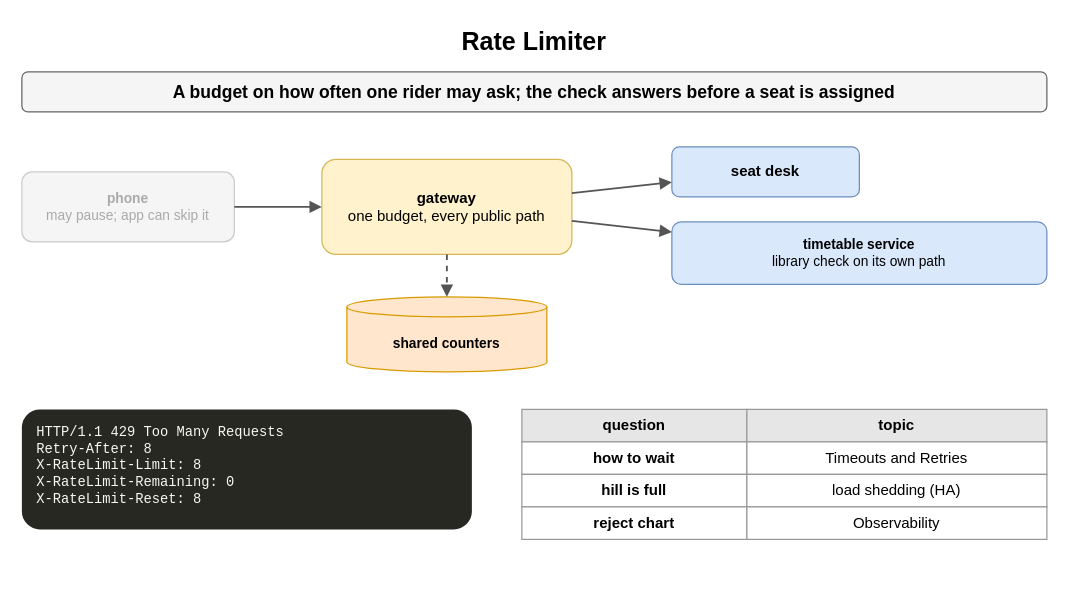
The draw.io diagram page "Rate Limiter" (1 of 8) of content/09_System_Design_Interview/17_Rate_Limiting_and_Throttling/diagrams/rate-limiting.drawio in amendez13/swe-study-guide, before the edit. Source tidied: cells renumbered, new cells numbered last; positions are measured from the earlier drawing's top-left corner, leaving out a move shared by most shapes. Both pictures are drawn from the tidied source at 125%, with x=0, y=0 at pixel (21, 21).
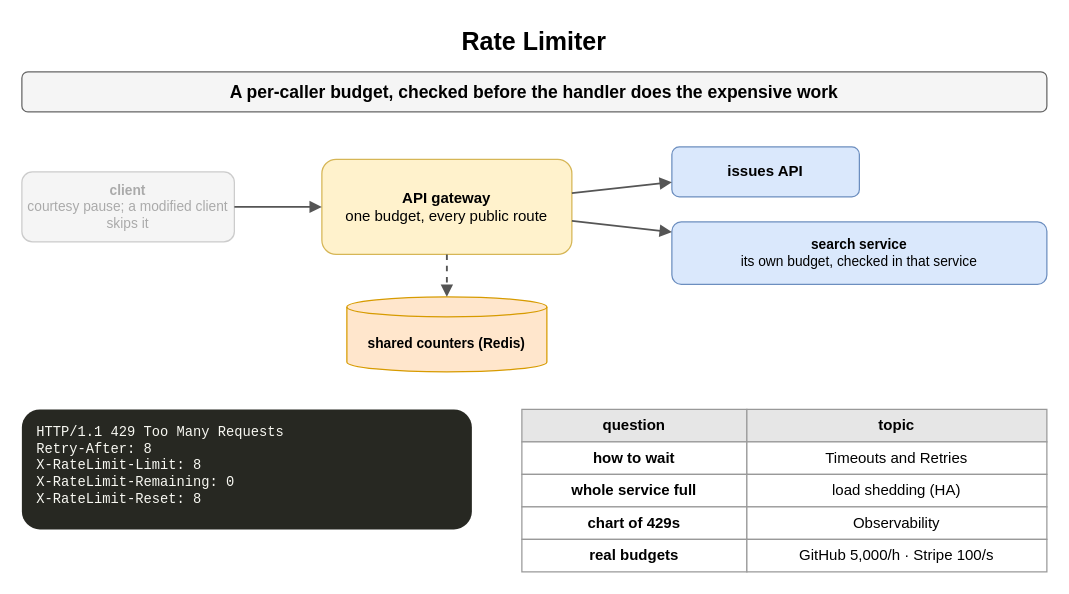
The same page after the edit.

Change to the diagram source:
```diff
@@
-    <mxCell id="3" value="A budget on how often one rider may ask; the check answers before a seat is assigned" style="rounded=1;whiteSpace=wrap;html=1;fillColor=#f5f5f5;strokeColor=#666666;fontStyle=1;fontSize=14;" parent="1" vertex="1">
+    <mxCell id="3" value="A per-caller budget, checked before the handler does the expensive work" style="rounded=1;whiteSpace=wrap;html=1;fillColor=#f5f5f5;strokeColor=#666666;fontStyle=1;fontSize=14;" parent="1" vertex="1">
       <mxGeometry y="40" width="820" height="32" as="geometry" />
     </mxCell>
-    <mxCell id="4" value="phone&lt;br&gt;&lt;span style='font-weight:normal'&gt;may pause; app can skip it&lt;/span&gt;" style="rounded=1;whiteSpace=wrap;html=1;fillColor=#f5f5f5;strokeColor=#cccccc;fontSize=11;align=center;fontStyle=1;fontColor=#aaaaaa;" parent="1" vertex="1">
+    <mxCell id="4" value="client&lt;br&gt;&lt;span style='font-weight:normal'&gt;courtesy pause; a modified client skips it&lt;/span&gt;" style="rounded=1;whiteSpace=wrap;html=1;fillColor=#f5f5f5;strokeColor=#cccccc;fontSize=11;align=center;fontStyle=1;fontColor=#aaaaaa;" parent="1" vertex="1">
       <mxGeometry y="120" width="170" height="56" as="geometry" />
     </mxCell>
-    <mxCell id="5" value="gateway&lt;br&gt;&lt;span style='font-weight:normal'&gt;one budget, every public path&lt;/span&gt;" style="rounded=1;whiteSpace=wrap;html=1;fillColor=#fff2cc;strokeColor=#d6b656;fontSize=12;align=center;fontStyle=1;" parent="1" vertex="1">
+    <mxCell id="5" value="API gateway&lt;br&gt;&lt;span style='font-weight:normal'&gt;one budget, every public route&lt;/span&gt;" style="rounded=1;whiteSpace=wrap;html=1;fillColor=#fff2cc;strokeColor=#d6b656;fontSize=12;align=center;fontStyle=1;" parent="1" vertex="1">
       <mxGeometry x="240" y="110" width="200" height="76" as="geometry" />
     </mxCell>
-    <mxCell id="6" value="shared counters" style="shape=cylinder3;whiteSpace=wrap;html=1;boundedLbl=1;backgroundOutline=1;size=8;fillColor=#ffe6cc;strokeColor=#d79b00;fontStyle=1;fontSize=11;" parent="1" vertex="1">
+    <mxCell id="6" value="shared counters (Redis)" style="shape=cylinder3;whiteSpace=wrap;html=1;boundedLbl=1;backgroundOutline=1;size=8;fillColor=#ffe6cc;strokeColor=#d79b00;fontStyle=1;fontSize=11;" parent="1" vertex="1">
       <mxGeometry x="260" y="220" width="160" height="60" as="geometry" />
     </mxCell>
-    <mxCell id="7" value="seat desk" style="rounded=1;whiteSpace=wrap;html=1;fillColor=#dae8fc;strokeColor=#6c8ebf;fontSize=12;align=center;fontStyle=1;" parent="1" vertex="1">
+    <mxCell id="7" value="issues API" style="rounded=1;whiteSpace=wrap;html=1;fillColor=#dae8fc;strokeColor=#6c8ebf;fontSize=12;align=center;fontStyle=1;" parent="1" vertex="1">
       <mxGeometry x="520" y="100" width="150" height="40" as="geometry" />
     </mxCell>
-    <mxCell id="8" value="timetable service&lt;br&gt;&lt;span style='font-weight:normal'&gt;library check on its own path&lt;/span&gt;" style="rounded=1;whiteSpace=wrap;html=1;fillColor=#dae8fc;strokeColor=#6c8ebf;fontSize=11;align=center;fontStyle=1;" parent="1" vertex="1">
+    <mxCell id="8" value="search service&lt;br&gt;&lt;span style='font-weight:normal'&gt;its own budget, checked in that service&lt;/span&gt;" style="rounded=1;whiteSpace=wrap;html=1;fillColor=#dae8fc;strokeColor=#6c8ebf;fontSize=11;align=center;fontStyle=1;" parent="1" vertex="1">
       <mxGeometry x="520" y="160" width="300" height="50" as="geometry" />
     </mxCell>
@@
-    <mxCell id="18" value="hill is full" style="whiteSpace=wrap;html=1;strokeColor=#999999;fontSize=12;fillColor=#ffffff;fontStyle=1;" parent="1" vertex="1">
+    <mxCell id="18" value="whole service full" style="whiteSpace=wrap;html=1;strokeColor=#999999;fontSize=12;fillColor=#ffffff;fontStyle=1;" parent="1" vertex="1">
       <mxGeometry x="400" y="362" width="180" height="26" as="geometry" />
     </mxCell>
@@
-    <mxCell id="20" value="reject chart" style="whiteSpace=wrap;html=1;strokeColor=#999999;fontSize=12;fillColor=#ffffff;fontStyle=1;" parent="1" vertex="1">
+    <mxCell id="20" value="chart of 429s" style="whiteSpace=wrap;html=1;strokeColor=#999999;fontSize=12;fillColor=#ffffff;fontStyle=1;" parent="1" vertex="1">
       <mxGeometry x="400" y="388" width="180" height="26" as="geometry" />
     </mxCell>
@@
+    <mxCell id="22" value="real budgets" style="whiteSpace=wrap;html=1;strokeColor=#999999;fontSize=12;fillColor=#ffffff;fontStyle=1;" parent="1" vertex="1">
+      <mxGeometry x="400" y="414" width="180" height="26" as="geometry" />
+    </mxCell>
+    <mxCell id="23" value="GitHub 5,000/h · Stripe 100/s" style="whiteSpace=wrap;html=1;strokeColor=#999999;fontSize=12;fillColor=#ffffff;" parent="1" vertex="1">
+      <mxGeometry x="580" y="414" width="240" height="26" as="geometry" />
+    </mxCell>
```
